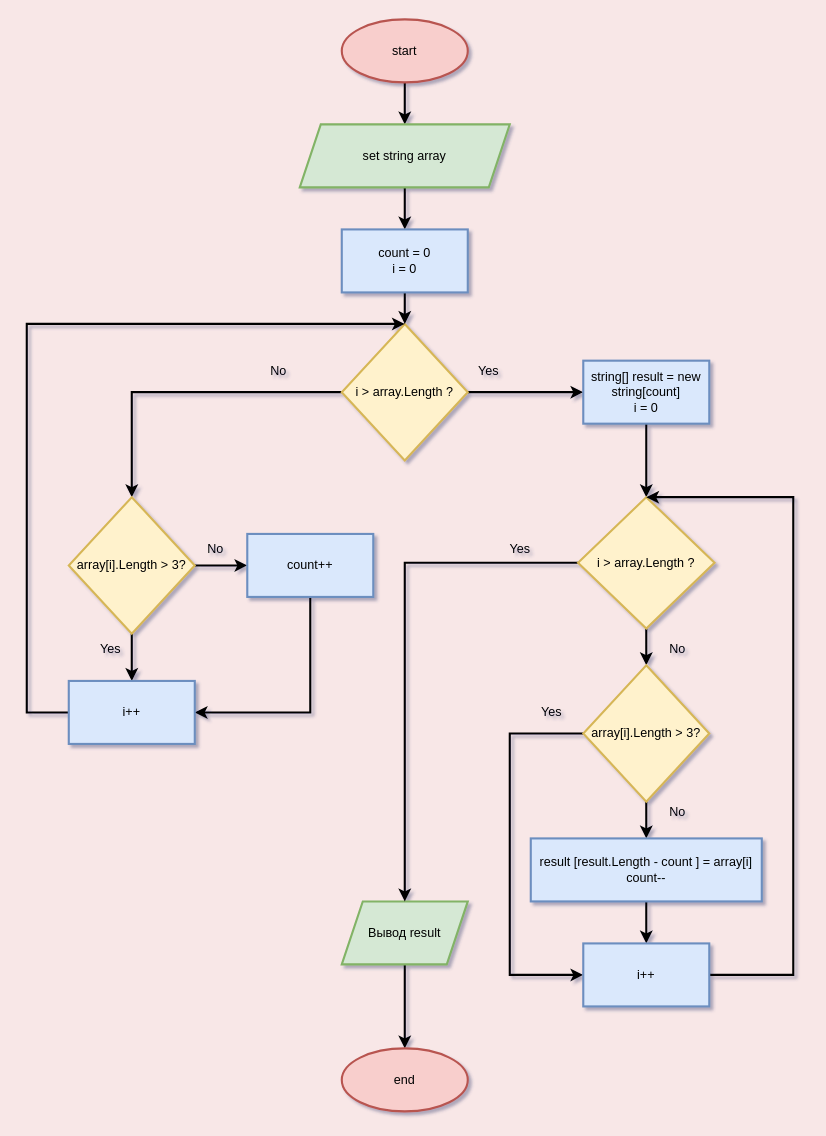
Earlier version of the draw.io diagram FinalTask_diagram.drawio (wargie/Final-test-work). Source tidied: cells renumbered, new cells numbered last; positions are measured from the earlier drawing's top-left corner, leaving out a move shared by most shapes. Both pictures are drawn from the tidied source at 105%, with x=0, y=0 at pixel (26, 19).
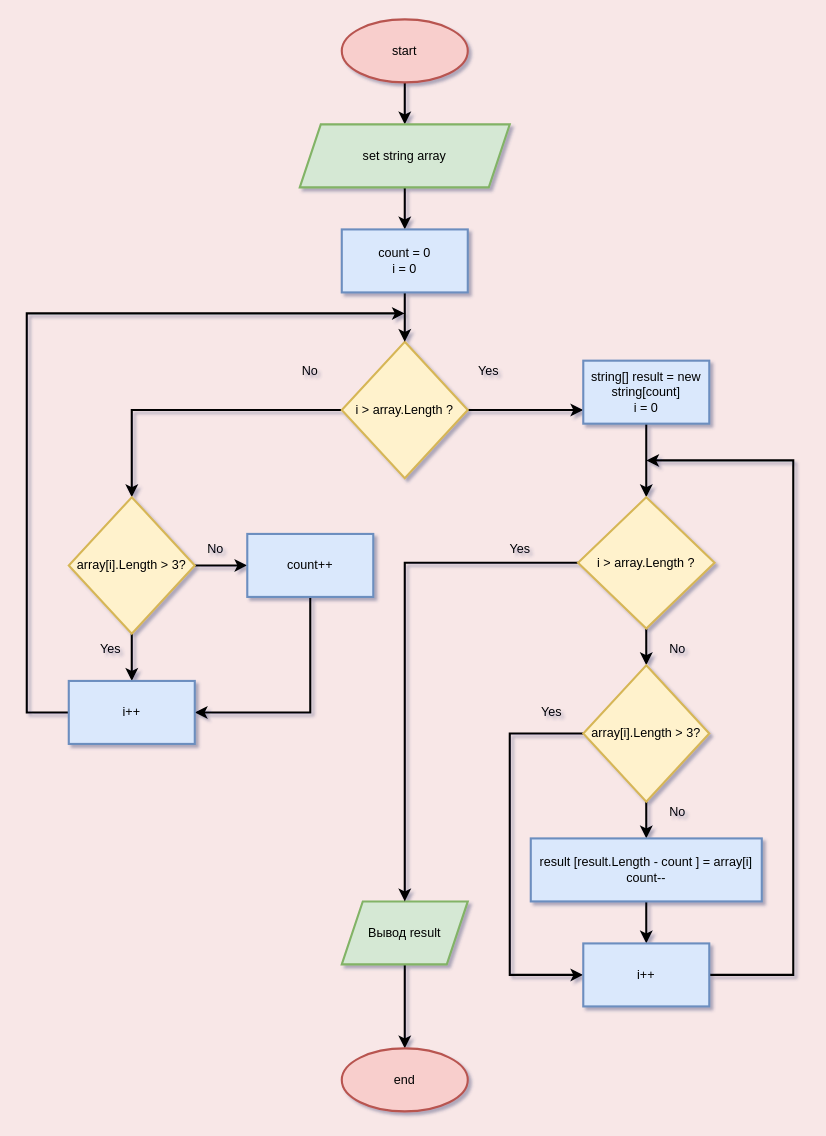
After the change.

Commit message:
Дополнена блок-схема

The change refers to these unchanged cells:
```xml
<mxCell id="22" value="string[] result = new string[count]&lt;br&gt;i = 0" style="whiteSpace=wrap;html=1;strokeWidth=2;fillColor=#dae8fc;strokeColor=#6c8ebf;" parent="1" vertex="1">
  <mxGeometry x="530" y="325" width="120" height="60" as="geometry" />
</mxCell>
<mxCell id="25" value="&lt;span&gt;i &amp;gt; array.Length ?&lt;/span&gt;" style="rhombus;whiteSpace=wrap;html=1;strokeWidth=2;fillColor=#fff2cc;strokeColor=#d6b656;" parent="1" vertex="1">
  <mxGeometry x="525" y="455" width="130" height="125" as="geometry" />
</mxCell>
<mxCell id="27" value="i++" style="whiteSpace=wrap;html=1;strokeWidth=2;fillColor=#dae8fc;strokeColor=#6c8ebf;" parent="1" vertex="1">
  <mxGeometry x="40" y="630" width="120" height="60" as="geometry" />
</mxCell>
<mxCell id="38" value="i++" style="whiteSpace=wrap;html=1;strokeWidth=2;fillColor=#dae8fc;strokeColor=#6c8ebf;" parent="1" vertex="1">
  <mxGeometry x="530" y="880" width="120" height="60" as="geometry" />
</mxCell>
```

What changed in the source:
```diff
@@
     <mxCell id="6" style="edgeStyle=orthogonalEdgeStyle;rounded=0;jettySize=auto;html=1;strokeWidth=2;" parent="1" edge="1" source="8" target="22">
-      <mxGeometry relative="1" as="geometry" />
+      <mxGeometry relative="1" as="geometry">
+        <Array as="points">
+          <mxPoint x="510" y="372" />
+          <mxPoint x="510" y="372" />
+        </Array>
+      </mxGeometry>
     </mxCell>
@@
     <mxCell id="8" value="i &amp;gt; array.Length ?" style="rhombus;whiteSpace=wrap;html=1;strokeWidth=2;fillColor=#fff2cc;strokeColor=#d6b656;" parent="1" vertex="1">
-      <mxGeometry x="300" y="290" width="120" height="130" as="geometry" />
+      <mxGeometry x="300" y="307" width="120" height="130" as="geometry" />
     </mxCell>
@@
     <mxCell id="11" value="No" style="text;html=1;strokeColor=none;fillColor=none;align=center;verticalAlign=middle;whiteSpace=wrap;rounded=0;strokeWidth=2;" parent="1" vertex="1">
-      <mxGeometry x="210" y="320" width="60" height="30" as="geometry" />
+      <mxGeometry x="240" y="320" width="60" height="30" as="geometry" />
     </mxCell>
@@
-    <mxCell id="26" style="edgeStyle=orthogonalEdgeStyle;rounded=0;jettySize=auto;html=1;entryX=0.5;entryY=0;entryDx=0;entryDy=0;strokeWidth=2;" parent="1" edge="1" source="27" target="8">
+    <mxCell id="26" style="edgeStyle=orthogonalEdgeStyle;rounded=0;jettySize=auto;html=1;strokeWidth=2;" parent="1" edge="1" source="27">
       <mxGeometry relative="1" as="geometry">
+        <mxPoint x="360" y="280" as="targetPoint" />
         <Array as="points">
           <mxPoint y="660" />
-          <mxPoint y="290" />
+          <mxPoint y="280" />
+          <mxPoint x="300" y="280" />
         </Array>
       </mxGeometry>
     </mxCell>
@@
-    <mxCell id="37" style="edgeStyle=orthogonalEdgeStyle;rounded=0;jettySize=auto;html=1;exitX=1;exitY=0.5;exitDx=0;exitDy=0;entryX=0.5;entryY=0;entryDx=0;entryDy=0;strokeWidth=2;" parent="1" edge="1" source="38" target="25">
+    <mxCell id="37" style="edgeStyle=orthogonalEdgeStyle;rounded=0;jettySize=auto;html=1;exitX=1;exitY=0.5;exitDx=0;exitDy=0;strokeWidth=2;" parent="1" edge="1" source="38">
       <mxGeometry relative="1" as="geometry">
+        <mxPoint x="590" y="420" as="targetPoint" />
         <Array as="points">
           <mxPoint x="730" y="910" />
-          <mxPoint x="730" y="455" />
+          <mxPoint x="730" y="420" />
+          <mxPoint x="640" y="420" />
         </Array>
       </mxGeometry>
     </mxCell>
```
